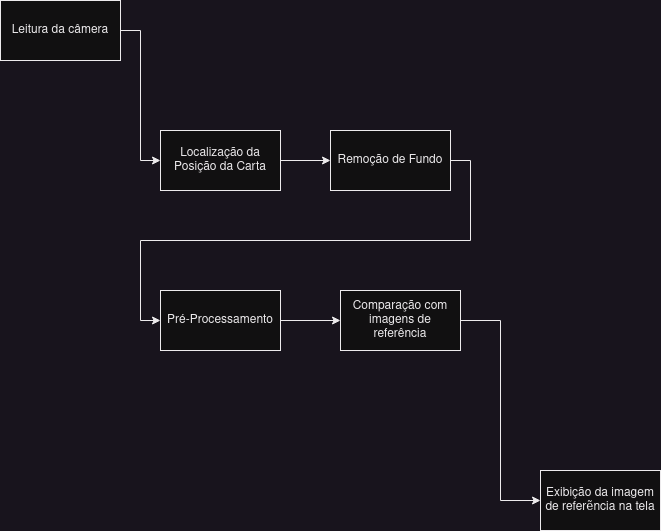
CrakehallBoars/CrakehallBoars.github.io keeps this draw.io diagram as project/plan/Spellboar.drawio.png. Above is the earlier version. Source tidied: cells renumbered, new cells last; positions are measured from the earlier drawing's top-left corner, leaving out a move shared by most shapes.
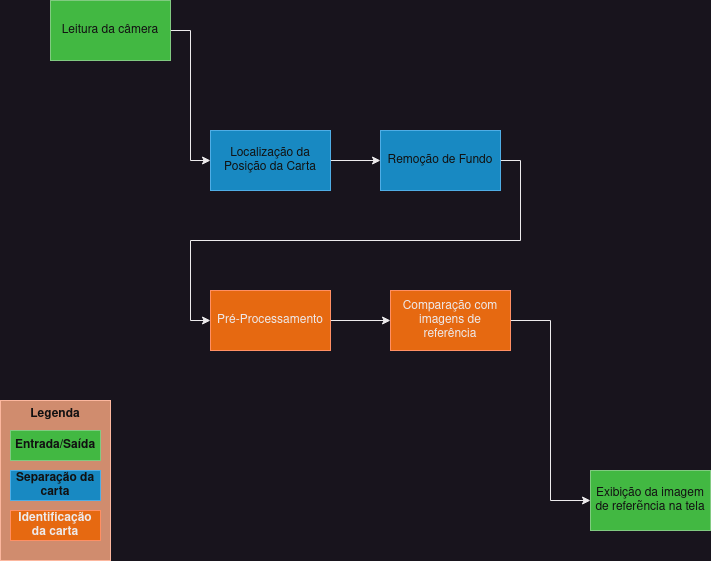
The same file after the commit.

Change to the diagram source:
```diff
@@ -5,35 +5,47 @@
     <mxCell id="2" style="edgeStyle=orthogonalEdgeStyle;rounded=0;jettySize=auto;html=1;exitX=1;exitY=0.5;exitDx=0;exitDy=0;entryX=0;entryY=0.5;entryDx=0;entryDy=0;" parent="1" edge="1" source="3" target="5">
       <mxGeometry relative="1" as="geometry" />
     </mxCell>
-    <mxCell id="3" value="Leitura da câmera" style="rounded=0;whiteSpace=wrap;html=1;" parent="1" vertex="1">
+    <mxCell id="3" value="Leitura da câmera" style="rounded=0;whiteSpace=wrap;html=1;fillColor=#008a00;strokeColor=#005700;fontColor=#ffffff;" parent="1" vertex="1">
       <mxGeometry width="120" height="60" as="geometry" />
     </mxCell>
     <mxCell id="4" style="edgeStyle=orthogonalEdgeStyle;rounded=0;jettySize=auto;html=1;exitX=1;exitY=0.5;exitDx=0;exitDy=0;entryX=0;entryY=0.5;entryDx=0;entryDy=0;" parent="1" edge="1" source="5" target="7">
       <mxGeometry relative="1" as="geometry" />
     </mxCell>
-    <mxCell id="5" value="Localização da Posição da Carta" style="rounded=0;whiteSpace=wrap;html=1;" parent="1" vertex="1">
+    <mxCell id="5" value="Localização da Posição da Carta" style="rounded=0;whiteSpace=wrap;html=1;fillColor=#1ba1e2;fontColor=#ffffff;strokeColor=#006EAF;" parent="1" vertex="1">
       <mxGeometry x="160" y="130" width="120" height="60" as="geometry" />
     </mxCell>
     <mxCell id="6" style="edgeStyle=orthogonalEdgeStyle;rounded=0;jettySize=auto;html=1;exitX=1;exitY=0.5;exitDx=0;exitDy=0;entryX=0;entryY=0.5;entryDx=0;entryDy=0;" parent="1" edge="1" source="7" target="9">
       <mxGeometry relative="1" as="geometry" />
     </mxCell>
-    <mxCell id="7" value="Remoção de Fundo" style="rounded=0;whiteSpace=wrap;html=1;" parent="1" vertex="1">
+    <mxCell id="7" value="Remoção de Fundo" style="rounded=0;whiteSpace=wrap;html=1;fillColor=#1ba1e2;fontColor=#ffffff;strokeColor=#006EAF;" parent="1" vertex="1">
       <mxGeometry x="330" y="130" width="120" height="60" as="geometry" />
     </mxCell>
     <mxCell id="8" style="edgeStyle=orthogonalEdgeStyle;rounded=0;jettySize=auto;html=1;exitX=1;exitY=0.5;exitDx=0;exitDy=0;entryX=0;entryY=0.5;entryDx=0;entryDy=0;" parent="1" edge="1" source="9" target="11">
       <mxGeometry relative="1" as="geometry" />
     </mxCell>
-    <mxCell id="9" value="Pré-Processamento" style="rounded=0;whiteSpace=wrap;html=1;" parent="1" vertex="1">
+    <mxCell id="9" value="Pré-Processamento" style="rounded=0;whiteSpace=wrap;html=1;fillColor=#fa6800;fontColor=#000000;strokeColor=#C73500;" parent="1" vertex="1">
       <mxGeometry x="160" y="290" width="120" height="60" as="geometry" />
     </mxCell>
     <mxCell id="10" style="edgeStyle=orthogonalEdgeStyle;rounded=0;jettySize=auto;html=1;entryX=0;entryY=0.5;entryDx=0;entryDy=0;" parent="1" edge="1" source="11" target="12">
       <mxGeometry relative="1" as="geometry" />
     </mxCell>
-    <mxCell id="11" value="Comparação com imagens de referência" style="rounded=0;whiteSpace=wrap;html=1;" parent="1" vertex="1">
+    <mxCell id="11" value="Comparação com imagens de referência" style="rounded=0;whiteSpace=wrap;html=1;fillColor=#fa6800;fontColor=#000000;strokeColor=#C73500;" parent="1" vertex="1">
       <mxGeometry x="340" y="290" width="120" height="60" as="geometry" />
     </mxCell>
-    <mxCell id="12" value="Exibição da imagem de referẽncia na tela" style="rounded=0;whiteSpace=wrap;html=1;" parent="1" vertex="1">
+    <mxCell id="12" value="Exibição da imagem de referẽncia na tela" style="rounded=0;whiteSpace=wrap;html=1;fillColor=#008a00;fontColor=#ffffff;strokeColor=#005700;" parent="1" vertex="1">
       <mxGeometry x="540" y="470" width="120" height="60" as="geometry" />
     </mxCell>
+    <mxCell id="13" value="&lt;b&gt;Legenda&lt;/b&gt;" style="rounded=0;whiteSpace=wrap;html=1;fillColor=#a0522d;strokeColor=#6D1F00;fontColor=#ffffff;verticalAlign=top;" parent="1" vertex="1">
+      <mxGeometry x="-50" y="400" width="110" height="160" as="geometry" />
+    </mxCell>
+    <mxCell id="14" value="&lt;b&gt;Entrada/Saída&lt;br&gt;&lt;/b&gt;" style="rounded=0;whiteSpace=wrap;html=1;fillColor=#008a00;strokeColor=#005700;fontColor=#ffffff;" parent="1" vertex="1">
+      <mxGeometry x="-40" y="430" width="90" height="30" as="geometry" />
+    </mxCell>
+    <mxCell id="15" value="&lt;b&gt;Separação da carta&lt;br&gt;&lt;/b&gt;" style="rounded=0;whiteSpace=wrap;html=1;fillColor=#1ba1e2;strokeColor=#006EAF;fontColor=#ffffff;" parent="1" vertex="1">
+      <mxGeometry x="-40" y="470" width="90" height="30" as="geometry" />
+    </mxCell>
+    <mxCell id="16" value="&lt;b&gt;Identificação da carta&lt;br&gt;&lt;/b&gt;" style="rounded=0;whiteSpace=wrap;html=1;fillColor=#fa6800;strokeColor=#C73500;fontColor=#000000;" parent="1" vertex="1">
+      <mxGeometry x="-40" y="510" width="90" height="30" as="geometry" />
+    </mxCell>
   </root>
 </mxGraphModel>
```
